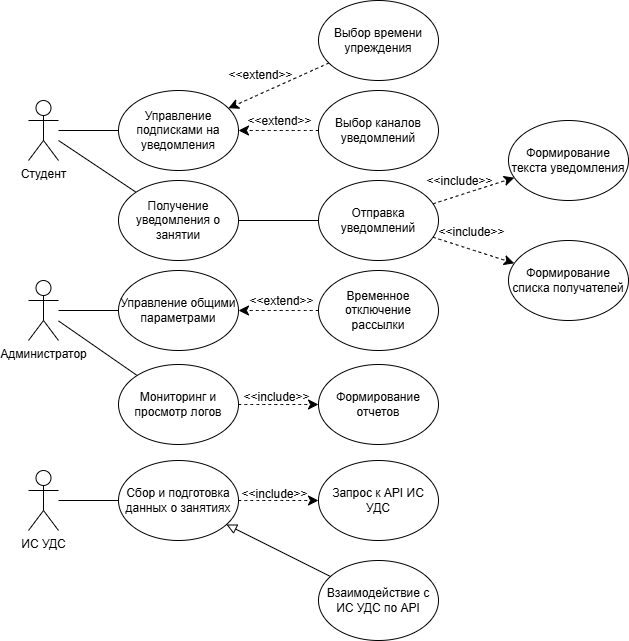
Above: 6 семестр/Проектирование информационных систем/Практическая работа №2/ДиаграммаПрецедентов.drawio.png in DrTECHNIC/RTU_MIREA (draw.io), before the change. Source tidied: cells renumbered, new cells last; positions are measured from the earlier drawing's top-left corner, leaving out a move shared by most shapes.
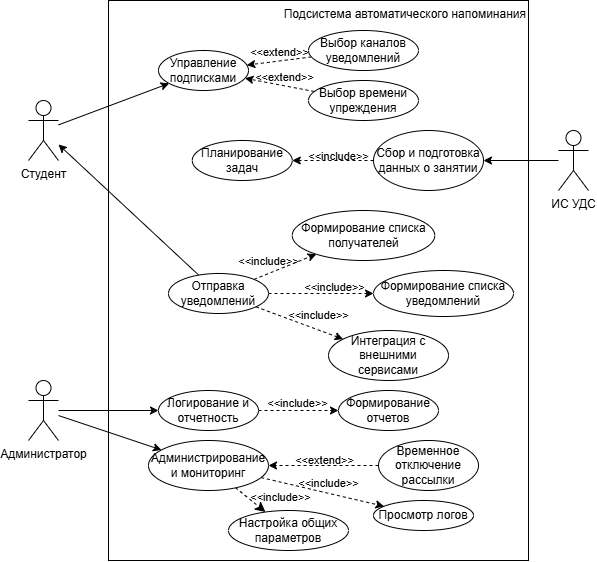
The same file after the commit.

What changed in the source:
```diff
@@ -2,133 +2,157 @@
   <root>
     <mxCell id="0" />
     <mxCell id="1" parent="0" />
-    <mxCell id="2" style="edgeStyle=none;curved=1;rounded=0;jettySize=auto;html=1;fontSize=12;startSize=8;endSize=8;endArrow=none;endFill=0;" parent="1" edge="1" source="4" target="10">
-      <mxGeometry relative="1" as="geometry" />
-    </mxCell>
-    <mxCell id="3" style="edgeStyle=none;curved=1;rounded=0;jettySize=auto;html=1;fontSize=12;startSize=8;endSize=8;endArrow=none;endFill=0;" parent="1" edge="1" source="4" target="12">
-      <mxGeometry relative="1" as="geometry" />
-    </mxCell>
+    <mxCell id="40" value="Подсистема автоматического напоминания" style="rounded=0;whiteSpace=wrap;html=1;verticalAlign=top;align=right;" parent="1" vertex="1">
+      <mxGeometry x="880" y="30" width="420" height="560" as="geometry" />
+    </mxCell>
+    <mxCell id="41" style="edgeStyle=none;rounded=0;jettySize=auto;html=1;" parent="1" edge="1" source="4" target="45">
+      <mxGeometry relative="1" as="geometry" />
+    </mxCell>
     <mxCell id="4" value="Студент" style="shape=umlActor;verticalLabelPosition=bottom;verticalAlign=top;html=1;outlineConnect=0;" parent="1" vertex="1">
-      <mxGeometry y="100" width="30" height="60" as="geometry" />
+      <mxGeometry x="800" y="130" width="30" height="60" as="geometry" />
     </mxCell>
-    <mxCell id="5" style="edgeStyle=none;curved=1;rounded=0;jettySize=auto;html=1;fontSize=12;startSize=8;endSize=8;endArrow=none;endFill=0;" parent="1" edge="1" source="7" target="13">
-      <mxGeometry relative="1" as="geometry" />
-    </mxCell>
-    <mxCell id="6" style="edgeStyle=none;curved=1;rounded=0;jettySize=auto;html=1;fontSize=12;startSize=8;endSize=8;endArrow=none;endFill=0;" parent="1" edge="1" source="7" target="16">
-      <mxGeometry relative="1" as="geometry" />
-    </mxCell>
+    <mxCell id="42" style="edgeStyle=none;rounded=0;jettySize=auto;html=1;" parent="1" edge="1" source="7" target="64">
+      <mxGeometry relative="1" as="geometry" />
+    </mxCell>
+    <mxCell id="43" style="edgeStyle=none;rounded=0;jettySize=auto;html=1;" parent="1" edge="1" source="7" target="59">
+      <mxGeometry relative="1" as="geometry" />
+    </mxCell>
     <mxCell id="7" value="Администратор" style="shape=umlActor;verticalLabelPosition=bottom;verticalAlign=top;html=1;outlineConnect=0;" parent="1" vertex="1">
-      <mxGeometry y="280" width="30" height="60" as="geometry" />
+      <mxGeometry x="800" y="410" width="30" height="60" as="geometry" />
     </mxCell>
-    <mxCell id="8" style="edgeStyle=none;curved=1;rounded=0;jettySize=auto;html=1;fontSize=12;startSize=8;endSize=8;endArrow=none;endFill=0;" parent="1" edge="1" source="9" target="17">
-      <mxGeometry relative="1" as="geometry" />
-    </mxCell>
+    <mxCell id="44" style="edgeStyle=none;rounded=0;jettySize=auto;html=1;" parent="1" edge="1" source="9" target="48">
+      <mxGeometry relative="1" as="geometry" />
+    </mxCell>
     <mxCell id="9" value="ИС УДС" style="shape=umlActor;verticalLabelPosition=bottom;verticalAlign=top;html=1;outlineConnect=0;" parent="1" vertex="1">
-      <mxGeometry y="470" width="30" height="60" as="geometry" />
+      <mxGeometry x="1330" y="160" width="30" height="60" as="geometry" />
     </mxCell>
-    <mxCell id="10" value="Управление подписками на уведомления" style="ellipse;whiteSpace=wrap;html=1;" parent="1" vertex="1">
-      <mxGeometry x="90" y="90" width="120" height="80" as="geometry" />
-    </mxCell>
-    <mxCell id="11" style="edgeStyle=none;curved=1;rounded=0;jettySize=auto;html=1;fontSize=12;startSize=8;endSize=8;endArrow=none;endFill=0;" parent="1" edge="1" source="12" target="22">
-      <mxGeometry relative="1" as="geometry" />
-    </mxCell>
-    <mxCell id="12" value="Получение уведомления о занятии" style="ellipse;whiteSpace=wrap;html=1;" parent="1" vertex="1">
-      <mxGeometry x="90" y="180" width="120" height="80" as="geometry" />
-    </mxCell>
-    <mxCell id="13" value="Управление общими параметрами" style="ellipse;whiteSpace=wrap;html=1;" parent="1" vertex="1">
-      <mxGeometry x="90" y="270" width="120" height="80" as="geometry" />
-    </mxCell>
-    <mxCell id="14" style="edgeStyle=none;curved=1;rounded=0;jettySize=auto;html=1;fontSize=12;startSize=8;endSize=8;dashed=1;" parent="1" edge="1" source="16" target="28">
-      <mxGeometry relative="1" as="geometry" />
-    </mxCell>
-    <mxCell id="15" value="&amp;lt;&amp;lt;include&amp;gt;&amp;gt;" style="edgeLabel;html=1;align=center;verticalAlign=middle;fontSize=12;labelBackgroundColor=none;" parent="14" vertex="1">
-      <mxGeometry x="-0.2" y="-2" relative="1" as="geometry">
-        <mxPoint x="5" y="-10" as="offset" />
-      </mxGeometry>
-    </mxCell>
-    <mxCell id="16" value="Мониторинг и просмотр логов" style="ellipse;whiteSpace=wrap;html=1;" parent="1" vertex="1">
-      <mxGeometry x="90" y="364" width="120" height="80" as="geometry" />
-    </mxCell>
-    <mxCell id="17" value="Сбор и подготовка данных о занятиях" style="ellipse;whiteSpace=wrap;html=1;" parent="1" vertex="1">
-      <mxGeometry x="90" y="460" width="120" height="80" as="geometry" />
-    </mxCell>
+    <mxCell id="45" value="Управление подписками" style="ellipse;whiteSpace=wrap;html=1;" parent="1" vertex="1">
+      <mxGeometry x="930" y="80" width="90" height="40" as="geometry" />
+    </mxCell>
+    <mxCell id="46" style="edgeStyle=none;rounded=0;jettySize=auto;html=1;dashed=1;" parent="1" edge="1" source="48" target="65">
+      <mxGeometry relative="1" as="geometry" />
+    </mxCell>
+    <mxCell id="47" value="&amp;lt;&amp;lt;include&amp;gt;&amp;gt;" style="edgeLabel;html=1;align=center;verticalAlign=middle;labelBackgroundColor=none;" parent="46" vertex="1">
+      <mxGeometry x="-0.64" y="-1" relative="1" as="geometry">
+        <mxPoint x="-21" y="-4" as="offset" />
+      </mxGeometry>
+    </mxCell>
+    <mxCell id="48" value="Сбор и подготовка данных о занятии" style="ellipse;whiteSpace=wrap;html=1;" parent="1" vertex="1">
+      <mxGeometry x="1145" y="160" width="110" height="60" as="geometry" />
+    </mxCell>
+    <mxCell id="23" value="Формирование списка получателей" style="ellipse;whiteSpace=wrap;html=1;" parent="1" vertex="1">
+      <mxGeometry x="1063.8" y="240" width="142.5" height="50" as="geometry" />
+    </mxCell>
+    <mxCell id="49" value="Формирование списка уведомлений" style="ellipse;whiteSpace=wrap;html=1;" parent="1" vertex="1">
+      <mxGeometry x="1145" y="300" width="140" height="46" as="geometry" />
+    </mxCell>
+    <mxCell id="50" style="edgeStyle=none;rounded=0;jettySize=auto;html=1;" parent="1" edge="1" source="22" target="4">
+      <mxGeometry relative="1" as="geometry" />
+    </mxCell>
-    <mxCell id="18" style="edgeStyle=none;curved=1;rounded=0;jettySize=auto;html=1;fontSize=12;startSize=8;endSize=8;dashed=1;" parent="1" edge="1" source="22" target="23">
+    <mxCell id="18" style="edgeStyle=none;rounded=0;jettySize=auto;html=1;dashed=1;" parent="1" edge="1" source="22" target="23">
       <mxGeometry relative="1" as="geometry" />
     </mxCell>
-    <mxCell id="19" value="&amp;lt;&amp;lt;include&amp;gt;&amp;gt;" style="edgeLabel;html=1;align=center;verticalAlign=middle;fontSize=12;labelBackgroundColor=none;" parent="18" vertex="1">
-      <mxGeometry x="0.02" y="4" relative="1" as="geometry">
-        <mxPoint x="-5" y="-15" as="offset" />
-      </mxGeometry>
-    </mxCell>
-    <mxCell id="20" style="edgeStyle=none;curved=1;rounded=0;jettySize=auto;html=1;fontSize=12;startSize=8;endSize=8;dashed=1;" parent="1" edge="1" source="22" target="24">
-      <mxGeometry relative="1" as="geometry" />
-    </mxCell>
-    <mxCell id="21" value="&amp;lt;&amp;lt;include&amp;gt;&amp;gt;" style="edgeLabel;html=1;align=center;verticalAlign=middle;fontSize=12;labelBackgroundColor=none;" parent="20" vertex="1">
-      <mxGeometry x="-0.42" y="-4" relative="1" as="geometry">
-        <mxPoint x="1" y="-19" as="offset" />
-      </mxGeometry>
-    </mxCell>
+    <mxCell id="51" value="&amp;lt;&amp;lt;include&amp;gt;&amp;gt;" style="edgeLabel;html=1;align=center;verticalAlign=middle;labelBackgroundColor=none;" parent="18" vertex="1">
+      <mxGeometry x="-0.6" relative="1" as="geometry">
+        <mxPoint x="2" y="-14" as="offset" />
+      </mxGeometry>
+    </mxCell>
+    <mxCell id="52" style="edgeStyle=none;rounded=0;jettySize=auto;html=1;dashed=1;" parent="1" edge="1" source="22" target="49">
+      <mxGeometry relative="1" as="geometry" />
+    </mxCell>
+    <mxCell id="53" value="&amp;lt;&amp;lt;include&amp;gt;&amp;gt;" style="edgeLabel;html=1;align=center;verticalAlign=middle;labelBackgroundColor=none;labelBorderColor=none;" parent="52" vertex="1">
+      <mxGeometry x="-0.48" y="1" relative="1" as="geometry">
+        <mxPoint x="38" y="-6" as="offset" />
+      </mxGeometry>
+    </mxCell>
+    <mxCell id="54" style="edgeStyle=none;rounded=0;jettySize=auto;html=1;dashed=1;" parent="1" edge="1" source="22" target="56">
+      <mxGeometry relative="1" as="geometry" />
+    </mxCell>
+    <mxCell id="55" value="&amp;lt;&amp;lt;include&amp;gt;&amp;gt;" style="edgeLabel;html=1;align=center;verticalAlign=middle;labelBackgroundColor=none;" parent="54" vertex="1">
+      <mxGeometry x="-0.52" y="-1" relative="1" as="geometry">
+        <mxPoint x="41" y="-1" as="offset" />
+      </mxGeometry>
+    </mxCell>
     <mxCell id="22" value="Отправка уведомлений" style="ellipse;whiteSpace=wrap;html=1;" parent="1" vertex="1">
-      <mxGeometry x="290" y="180" width="120" height="80" as="geometry" />
+      <mxGeometry x="940" y="303" width="100" height="40" as="geometry" />
     </mxCell>
-    <mxCell id="23" value="Формирование списка получателей" style="ellipse;whiteSpace=wrap;html=1;" parent="1" vertex="1">
-      <mxGeometry x="480" y="240" width="120" height="80" as="geometry" />
-    </mxCell>
-    <mxCell id="24" value="Формирование текста уведомления" style="ellipse;whiteSpace=wrap;html=1;" parent="1" vertex="1">
-      <mxGeometry x="480" y="120" width="120" height="80" as="geometry" />
-    </mxCell>
-    <mxCell id="25" style="edgeStyle=none;curved=1;rounded=0;jettySize=auto;html=1;fontSize=12;startSize=8;endSize=8;dashed=1;" parent="1" edge="1" source="17" target="27">
-      <mxGeometry relative="1" as="geometry" />
-    </mxCell>
-    <mxCell id="26" value="&amp;lt;&amp;lt;include&amp;gt;&amp;gt;" style="edgeLabel;html=1;align=center;verticalAlign=middle;fontSize=12;labelBackgroundColor=none;" parent="25" vertex="1">
-      <mxGeometry x="-0.37" y="-2" relative="1" as="geometry">
-        <mxPoint x="11" y="-9" as="offset" />
-      </mxGeometry>
-    </mxCell>
-    <mxCell id="27" value="Запрос к API ИС УДС" style="ellipse;whiteSpace=wrap;html=1;" parent="1" vertex="1">
-      <mxGeometry x="290" y="460" width="120" height="80" as="geometry" />
-    </mxCell>
+    <mxCell id="56" value="Интеграция с внешними сервисами" style="ellipse;whiteSpace=wrap;html=1;" parent="1" vertex="1">
+      <mxGeometry x="1100" y="360" width="120" height="50" as="geometry" />
+    </mxCell>
+    <mxCell id="57" style="edgeStyle=none;rounded=0;jettySize=auto;html=1;dashed=1;" parent="1" edge="1" source="59" target="28">
+      <mxGeometry relative="1" as="geometry" />
+    </mxCell>
+    <mxCell id="58" value="&amp;lt;&amp;lt;include&amp;gt;&amp;gt;" style="edgeLabel;html=1;align=center;verticalAlign=middle;labelBackgroundColor=none;" parent="57" vertex="1">
+      <mxGeometry x="-0.47" y="-3" relative="1" as="geometry">
+        <mxPoint x="17" y="-11" as="offset" />
+      </mxGeometry>
+    </mxCell>
+    <mxCell id="59" value="Логирование и отчетность" style="ellipse;whiteSpace=wrap;html=1;" parent="1" vertex="1">
+      <mxGeometry x="930" y="420" width="100" height="40" as="geometry" />
+    </mxCell>
+    <mxCell id="60" style="edgeStyle=none;rounded=0;jettySize=auto;html=1;dashed=1;" parent="1" edge="1" source="64" target="66">
+      <mxGeometry relative="1" as="geometry" />
+    </mxCell>
+    <mxCell id="61" value="&amp;lt;&amp;lt;include&amp;gt;&amp;gt;" style="edgeLabel;html=1;align=center;verticalAlign=middle;labelBackgroundColor=none;" parent="60" vertex="1">
+      <mxGeometry x="-0.43" y="-1" relative="1" as="geometry">
+        <mxPoint x="32" y="-4" as="offset" />
+      </mxGeometry>
+    </mxCell>
+    <mxCell id="62" style="edgeStyle=none;curved=1;rounded=0;jettySize=auto;html=1;fontSize=12;startSize=8;endSize=8;dashed=1;" parent="1" edge="1" source="64" target="73">
+      <mxGeometry relative="1" as="geometry" />
+    </mxCell>
+    <mxCell id="63" value="&amp;lt;&amp;lt;include&amp;gt;&amp;gt;" style="edgeLabel;html=1;align=center;verticalAlign=middle;fontSize=11;labelBackgroundColor=none;" parent="62" vertex="1">
+      <mxGeometry x="-0.58" relative="1" as="geometry">
+        <mxPoint x="37" y="4" as="offset" />
+      </mxGeometry>
+    </mxCell>
+    <mxCell id="64" value="Администрирование и мониторинг" style="ellipse;whiteSpace=wrap;html=1;" parent="1" vertex="1">
+      <mxGeometry x="920" y="470" width="120" height="50" as="geometry" />
+    </mxCell>
+    <mxCell id="65" value="Планирование задач" style="ellipse;whiteSpace=wrap;html=1;" parent="1" vertex="1">
+      <mxGeometry x="963.8" y="170" width="100" height="40" as="geometry" />
+    </mxCell>
     <mxCell id="28" value="Формирование отчетов" style="ellipse;whiteSpace=wrap;html=1;" parent="1" vertex="1">
-      <mxGeometry x="290" y="364" width="120" height="80" as="geometry" />
+      <mxGeometry x="1110" y="420" width="100" height="40" as="geometry" />
     </mxCell>
-    <mxCell id="29" style="edgeStyle=none;curved=1;rounded=0;jettySize=auto;html=1;fontSize=12;startSize=8;endSize=8;dashed=1;" parent="1" edge="1" source="31" target="10">
-      <mxGeometry relative="1" as="geometry" />
-    </mxCell>
-    <mxCell id="30" value="&amp;lt;&amp;lt;extend&amp;gt;&amp;gt;" style="edgeLabel;html=1;align=center;verticalAlign=middle;fontSize=12;labelBackgroundColor=none;" parent="29" vertex="1">
-      <mxGeometry x="0.21" y="-6" relative="1" as="geometry">
-        <mxPoint x="8" y="-4" as="offset" />
-      </mxGeometry>
-    </mxCell>
+    <mxCell id="66" value="Просмотр логов" style="ellipse;whiteSpace=wrap;html=1;" parent="1" vertex="1">
+      <mxGeometry x="1145" y="530" width="100" height="30" as="geometry" />
+    </mxCell>
+    <mxCell id="67" style="edgeStyle=none;rounded=0;jettySize=auto;html=1;dashed=1;" parent="1" edge="1" source="31" target="45">
+      <mxGeometry relative="1" as="geometry" />
+    </mxCell>
+    <mxCell id="68" value="&amp;lt;&amp;lt;extend&amp;gt;&amp;gt;" style="edgeLabel;html=1;align=center;verticalAlign=middle;labelBackgroundColor=none;" parent="67" vertex="1">
+      <mxGeometry x="0.25" y="1" relative="1" as="geometry">
+        <mxPoint x="8" y="-11" as="offset" />
+      </mxGeometry>
+    </mxCell>
     <mxCell id="31" value="Выбор каналов уведомлений" style="ellipse;whiteSpace=wrap;html=1;" parent="1" vertex="1">
-      <mxGeometry x="290" y="90" width="120" height="80" as="geometry" />
+      <mxGeometry x="1080" y="60" width="110" height="40" as="geometry" />
     </mxCell>
-    <mxCell id="32" style="edgeStyle=none;curved=1;rounded=0;jettySize=auto;html=1;fontSize=12;startSize=8;endSize=8;dashed=1;" parent="1" edge="1" source="34" target="10">
-      <mxGeometry relative="1" as="geometry" />
-    </mxCell>
-    <mxCell id="33" value="&amp;lt;&amp;lt;extend&amp;gt;&amp;gt;" style="edgeLabel;html=1;align=center;verticalAlign=middle;fontSize=12;labelBackgroundColor=none;" parent="32" vertex="1">
-      <mxGeometry x="0.35" y="1" relative="1" as="geometry">
-        <mxPoint x="-2" y="-19" as="offset" />
-      </mxGeometry>
-    </mxCell>
+    <mxCell id="69" style="edgeStyle=none;rounded=0;jettySize=auto;html=1;dashed=1;" parent="1" edge="1" source="34" target="45">
+      <mxGeometry relative="1" as="geometry" />
+    </mxCell>
+    <mxCell id="70" value="&amp;lt;&amp;lt;extend&amp;gt;&amp;gt;" style="edgeLabel;html=1;align=center;verticalAlign=middle;labelBackgroundColor=none;" parent="69" vertex="1">
+      <mxGeometry x="-0.62" y="1" relative="1" as="geometry">
+        <mxPoint x="-18" y="-13" as="offset" />
+      </mxGeometry>
+    </mxCell>
     <mxCell id="34" value="Выбор времени упреждения" style="ellipse;whiteSpace=wrap;html=1;" parent="1" vertex="1">
-      <mxGeometry x="290" width="120" height="80" as="geometry" />
+      <mxGeometry x="1080" y="110" width="110" height="40" as="geometry" />
     </mxCell>
-    <mxCell id="35" style="edgeStyle=none;curved=1;rounded=0;jettySize=auto;html=1;fontSize=12;startSize=8;endSize=8;dashed=1;" parent="1" edge="1" source="37" target="13">
-      <mxGeometry relative="1" as="geometry" />
-    </mxCell>
-    <mxCell id="36" value="&amp;lt;&amp;lt;extend&amp;gt;&amp;gt;" style="edgeLabel;html=1;align=center;verticalAlign=middle;fontSize=12;labelBackgroundColor=none;" parent="35" vertex="1">
-      <mxGeometry x="0.15" y="1" relative="1" as="geometry">
-        <mxPoint x="8" y="-11" as="offset" />
-      </mxGeometry>
-    </mxCell>
+    <mxCell id="71" style="edgeStyle=none;rounded=0;jettySize=auto;html=1;dashed=1;" parent="1" edge="1" source="37" target="64">
+      <mxGeometry relative="1" as="geometry" />
+    </mxCell>
+    <mxCell id="72" value="&amp;lt;&amp;lt;extend&amp;gt;&amp;gt;" style="edgeLabel;html=1;align=center;verticalAlign=middle;labelBackgroundColor=none;" parent="71" vertex="1">
+      <mxGeometry x="-0.3" y="2" relative="1" as="geometry">
+        <mxPoint x="-16" y="-8" as="offset" />
+      </mxGeometry>
+    </mxCell>
     <mxCell id="37" value="Временное отключение рассылки" style="ellipse;whiteSpace=wrap;html=1;" parent="1" vertex="1">
-      <mxGeometry x="290" y="270" width="120" height="80" as="geometry" />
+      <mxGeometry x="1150" y="470" width="100" height="50" as="geometry" />
     </mxCell>
-    <mxCell id="38" style="edgeStyle=none;curved=1;rounded=0;jettySize=auto;html=1;fontSize=12;startSize=8;endSize=8;endArrow=block;endFill=0;" parent="1" edge="1" source="39" target="17">
-      <mxGeometry relative="1" as="geometry" />
-    </mxCell>
-    <mxCell id="39" value="Взаимодействие с ИС УДС по API" style="ellipse;whiteSpace=wrap;html=1;" parent="1" vertex="1">
-      <mxGeometry x="290" y="560" width="120" height="80" as="geometry" />
-    </mxCell>
+    <mxCell id="73" value="Настройка общих параметров" style="ellipse;whiteSpace=wrap;html=1;" parent="1" vertex="1">
+      <mxGeometry x="1000" y="540" width="120" height="40" as="geometry" />
+    </mxCell>
   </root>
 </mxGraphModel>
```
